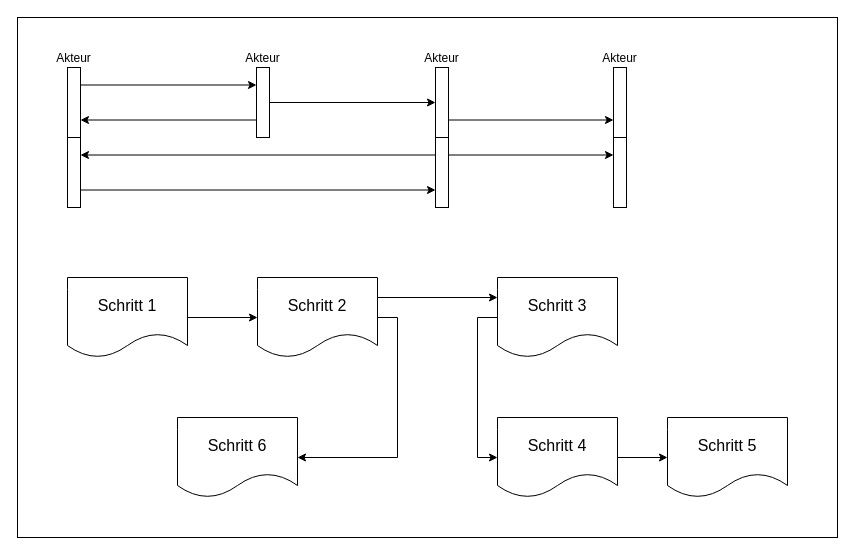
Earlier version of the draw.io diagram images/steps/software-architecture-guide-step-1.drawio (coc-university/software-architecture-guide). Source tidied: cells renumbered, new cells numbered last; positions are measured from the earlier drawing's top-left corner, leaving out a move shared by most shapes. Both pictures are drawn from the tidied source at 100%, with x=0, y=0 at pixel (17, 17).
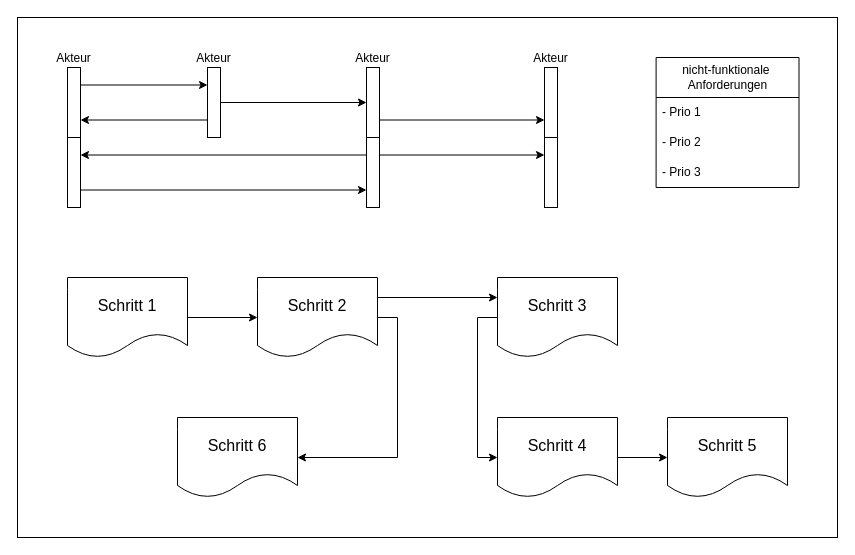
After the change.

Change to the diagram source:
```diff
@@
     <mxCell id="19" value="&lt;span style=&quot;text-wrap-mode: nowrap;&quot;&gt;Akteur&lt;/span&gt;" style="rounded=0;whiteSpace=wrap;html=1;labelPosition=center;verticalLabelPosition=top;align=center;verticalAlign=bottom;" parent="1" vertex="1">
-      <mxGeometry x="239" y="50" width="13" height="69" as="geometry" />
+      <mxGeometry x="190" y="50" width="13" height="69" as="geometry" />
     </mxCell>
@@
     <mxCell id="22" style="rounded=0;whiteSpace=wrap;html=1;labelPosition=center;verticalLabelPosition=top;align=center;verticalAlign=bottom;" parent="1" vertex="1">
-      <mxGeometry x="239" y="50" width="13" height="70" as="geometry" />
+      <mxGeometry x="190" y="50" width="13" height="70" as="geometry" />
     </mxCell>
     <mxCell id="23" value="&lt;span style=&quot;text-wrap-mode: nowrap;&quot;&gt;Akteur&lt;/span&gt;" style="rounded=0;whiteSpace=wrap;html=1;labelPosition=center;verticalLabelPosition=top;align=center;verticalAlign=bottom;" parent="1" vertex="1">
-      <mxGeometry x="418" y="50" width="13" height="140" as="geometry" />
+      <mxGeometry x="349" y="50" width="13" height="140" as="geometry" />
     </mxCell>
@@
     <mxCell id="25" style="rounded=0;whiteSpace=wrap;html=1;labelPosition=center;verticalLabelPosition=top;align=center;verticalAlign=bottom;" parent="1" vertex="1">
-      <mxGeometry x="418" y="50" width="13" height="70" as="geometry" />
+      <mxGeometry x="349" y="50" width="13" height="70" as="geometry" />
     </mxCell>
@@
     <mxCell id="28" style="rounded=0;whiteSpace=wrap;html=1;labelPosition=center;verticalLabelPosition=top;align=center;verticalAlign=bottom;" parent="1" vertex="1">
-      <mxGeometry x="418" y="120" width="13" height="70" as="geometry" />
+      <mxGeometry x="349" y="120" width="13" height="70" as="geometry" />
     </mxCell>
     <mxCell id="29" value="&lt;span style=&quot;text-wrap-mode: nowrap;&quot;&gt;Akteur&lt;/span&gt;" style="rounded=0;whiteSpace=wrap;html=1;labelPosition=center;verticalLabelPosition=top;align=center;verticalAlign=bottom;" parent="1" vertex="1">
-      <mxGeometry x="596" y="50" width="13" height="140" as="geometry" />
+      <mxGeometry x="527" y="50" width="13" height="140" as="geometry" />
     </mxCell>
     <mxCell id="30" style="rounded=0;whiteSpace=wrap;html=1;labelPosition=center;verticalLabelPosition=top;align=center;verticalAlign=bottom;" parent="1" vertex="1">
-      <mxGeometry x="596" y="50" width="13" height="70" as="geometry" />
+      <mxGeometry x="527" y="50" width="13" height="70" as="geometry" />
     </mxCell>
     <mxCell id="31" style="rounded=0;whiteSpace=wrap;html=1;labelPosition=center;verticalLabelPosition=top;align=center;verticalAlign=bottom;" parent="1" vertex="1">
-      <mxGeometry x="596" y="120" width="13" height="70" as="geometry" />
+      <mxGeometry x="527" y="120" width="13" height="70" as="geometry" />
     </mxCell>
+    <mxCell id="32" value="nicht-funktionale&amp;nbsp;&lt;div&gt;Anforderungen&lt;/div&gt;" style="swimlane;fontStyle=0;horizontal=1;startSize=40;whiteSpace=wrap;html=1;" parent="1" vertex="1">
+      <mxGeometry x="638.6" y="40" width="142.9" height="130" as="geometry" />
+    </mxCell>
+    <mxCell id="33" value="- Prio 1" style="text;strokeColor=none;fillColor=none;align=left;verticalAlign=middle;spacingLeft=4;spacingRight=4;overflow=hidden;whiteSpace=wrap;html=1;" parent="32" vertex="1">
+      <mxGeometry y="40" width="142.9" height="30" as="geometry" />
+    </mxCell>
+    <mxCell id="34" value="- Prio 2" style="text;strokeColor=none;fillColor=none;align=left;verticalAlign=middle;spacingLeft=4;spacingRight=4;overflow=hidden;whiteSpace=wrap;html=1;" parent="32" vertex="1">
+      <mxGeometry y="70" width="142.9" height="30" as="geometry" />
+    </mxCell>
+    <mxCell id="35" value="- Prio 3" style="text;strokeColor=none;fillColor=none;align=left;verticalAlign=middle;spacingLeft=4;spacingRight=4;overflow=hidden;whiteSpace=wrap;html=1;" parent="32" vertex="1">
+      <mxGeometry y="100" width="142.9" height="30" as="geometry" />
+    </mxCell>
```
